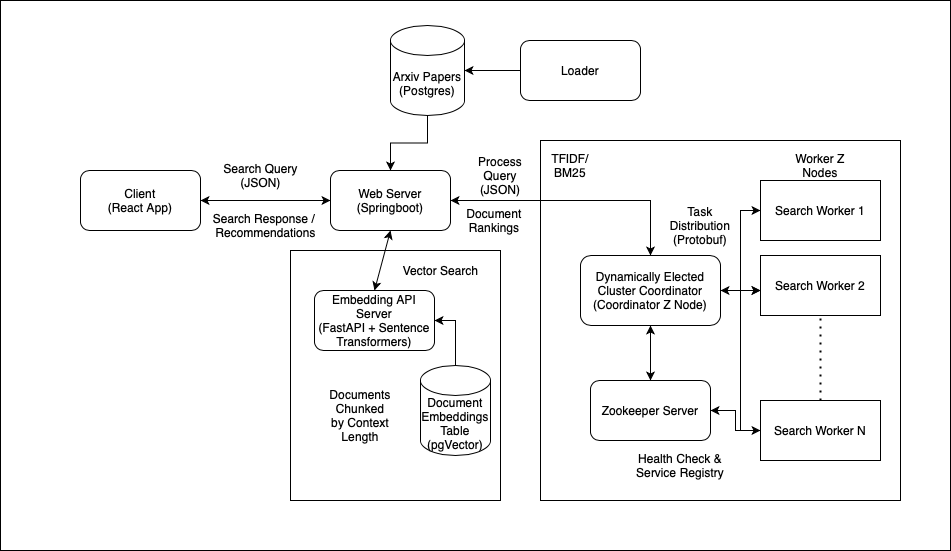
The draw.io diagram docs/architecture.png in k-pratyush/arxiv-sanity-xl, before a commit. Source tidied: cells renumbered, new cells last; positions are measured from the earlier drawing's top-left corner, leaving out a move shared by most shapes. Its diagram source:
```xml
<mxGraphModel>
  <root>
    <mxCell id="0" />
    <mxCell id="1" parent="0" />
    <mxCell id="2" style="rounded=0;whiteSpace=wrap;html=1;" parent="1" vertex="1">
      <mxGeometry width="950" height="550" as="geometry" />
    </mxCell>
    <mxCell id="3" style="rounded=0;whiteSpace=wrap;html=1;" parent="1" vertex="1">
      <mxGeometry x="290" y="250" width="210" height="250" as="geometry" />
    </mxCell>
    <mxCell id="4" style="whiteSpace=wrap;html=1;" parent="1" vertex="1">
      <mxGeometry x="540" y="140" width="360" height="360" as="geometry" />
    </mxCell>
    <mxCell id="5" value="Client&lt;div&gt;(React App)&lt;/div&gt;" style="rounded=1;whiteSpace=wrap;html=1;" parent="1" vertex="1">
      <mxGeometry x="80" y="170" width="120" height="60" as="geometry" />
    </mxCell>
    <mxCell id="6" style="edgeStyle=orthogonalEdgeStyle;rounded=0;jettySize=auto;html=1;" parent="1" edge="1" source="7" target="11">
      <mxGeometry relative="1" as="geometry" />
    </mxCell>
    <mxCell id="7" value="Web Server (Springboot)" style="rounded=1;whiteSpace=wrap;html=1;" parent="1" vertex="1">
      <mxGeometry x="330" y="170" width="120" height="60" as="geometry" />
    </mxCell>
    <mxCell id="8" style="edgeStyle=orthogonalEdgeStyle;rounded=0;jettySize=auto;html=1;entryX=0;entryY=0.5;entryDx=0;entryDy=0;" parent="1" edge="1" source="11" target="16">
      <mxGeometry relative="1" as="geometry" />
    </mxCell>
    <mxCell id="9" style="edgeStyle=orthogonalEdgeStyle;rounded=0;jettySize=auto;html=1;" parent="1" edge="1" source="11" target="15">
      <mxGeometry relative="1" as="geometry">
        <Array as="points">
          <mxPoint x="720" y="290" />
          <mxPoint x="720" y="290" />
        </Array>
      </mxGeometry>
    </mxCell>
    <mxCell id="10" style="edgeStyle=orthogonalEdgeStyle;rounded=0;jettySize=auto;html=1;entryX=0;entryY=0.5;entryDx=0;entryDy=0;" parent="1" edge="1" source="11" target="14">
      <mxGeometry relative="1" as="geometry" />
    </mxCell>
    <mxCell id="11" value="Dynamically Elected Cluster Coordinator&lt;div&gt;(Coordinator Z Node)&lt;/div&gt;" style="rounded=1;whiteSpace=wrap;html=1;" parent="1" vertex="1">
      <mxGeometry x="580" y="255" width="140" height="70" as="geometry" />
    </mxCell>
    <mxCell id="12" value="Search Query&lt;div&gt;(JSON)&lt;/div&gt;" style="text;html=1;align=center;verticalAlign=middle;strokeColor=none;fillColor=none;" parent="1" vertex="1">
      <mxGeometry x="210" y="155" width="100" height="40" as="geometry" />
    </mxCell>
    <mxCell id="13" style="edgeStyle=orthogonalEdgeStyle;rounded=0;jettySize=auto;html=1;" parent="1" edge="1" source="14" target="23">
      <mxGeometry relative="1" as="geometry" />
    </mxCell>
    <mxCell id="14" value="Search Worker N" style="rounded=0;whiteSpace=wrap;html=1;" parent="1" vertex="1">
      <mxGeometry x="760" y="400" width="120" height="60" as="geometry" />
    </mxCell>
    <mxCell id="15" value="Search Worker 2" style="rounded=0;whiteSpace=wrap;html=1;" parent="1" vertex="1">
      <mxGeometry x="760" y="255" width="120" height="60" as="geometry" />
    </mxCell>
    <mxCell id="16" value="Search Worker 1" style="rounded=0;whiteSpace=wrap;html=1;" parent="1" vertex="1">
      <mxGeometry x="760" y="180" width="120" height="60" as="geometry" />
    </mxCell>
    <mxCell id="17" style="endArrow=none;dashed=1;html=1;dashPattern=1 3;strokeWidth=2;rounded=0;exitX=0.5;exitY=0;exitDx=0;exitDy=0;entryX=0.5;entryY=1;entryDx=0;entryDy=0;" parent="1" edge="1" source="14" target="15">
      <mxGeometry relative="1" as="geometry" />
    </mxCell>
    <mxCell id="18" value="Task Distribution&lt;div&gt;(Protobuf)&lt;/div&gt;" style="text;html=1;align=center;verticalAlign=middle;whiteSpace=wrap;rounded=0;" parent="1" vertex="1">
      <mxGeometry x="670" y="210" width="60" height="30" as="geometry" />
    </mxCell>
    <mxCell id="19" value="Embedding API Server&lt;div&gt;(FastAPI + Sentence Transformers)&lt;/div&gt;" style="rounded=1;whiteSpace=wrap;html=1;" parent="1" vertex="1">
      <mxGeometry x="314" y="290" width="120" height="60" as="geometry" />
    </mxCell>
    <mxCell id="20" value="Vector Search" style="text;html=1;align=center;verticalAlign=middle;strokeColor=none;fillColor=none;" parent="1" vertex="1">
      <mxGeometry x="390" y="255" width="100" height="30" as="geometry" />
    </mxCell>
    <mxCell id="21" style="edgeStyle=orthogonalEdgeStyle;rounded=0;jettySize=auto;html=1;entryX=1;entryY=0.5;entryDx=0;entryDy=0;" parent="1" edge="1" source="22" target="19">
      <mxGeometry relative="1" as="geometry" />
    </mxCell>
    <mxCell id="22" value="&lt;div&gt;Document Embeddings Table&lt;br&gt;&lt;/div&gt;(pgVector)" style="shape=cylinder3;whiteSpace=wrap;html=1;boundedLbl=1;backgroundOutline=1;size=15;" parent="1" vertex="1">
      <mxGeometry x="420" y="365" width="70" height="90" as="geometry" />
    </mxCell>
    <mxCell id="23" value="Zookeeper Server" style="rounded=1;whiteSpace=wrap;html=1;" parent="1" vertex="1">
      <mxGeometry x="590" y="380" width="120" height="60" as="geometry" />
    </mxCell>
    <mxCell id="24" value="Health Check &amp;amp; Service Registry" style="text;html=1;align=center;verticalAlign=middle;whiteSpace=wrap;rounded=0;" parent="1" vertex="1">
      <mxGeometry x="630" y="450" width="100" height="30" as="geometry" />
    </mxCell>
    <mxCell id="25" value="Worker Z Nodes" style="text;html=1;align=center;verticalAlign=middle;whiteSpace=wrap;rounded=0;" parent="1" vertex="1">
      <mxGeometry x="790" y="150" width="60" height="30" as="geometry" />
    </mxCell>
    <mxCell id="26" style="edgeStyle=orthogonalEdgeStyle;rounded=0;jettySize=auto;html=1;entryX=0.5;entryY=0;entryDx=0;entryDy=0;" parent="1" edge="1" source="27" target="7">
      <mxGeometry relative="1" as="geometry" />
    </mxCell>
    <mxCell id="27" value="&lt;div&gt;Arxiv Papers&lt;br&gt;&lt;/div&gt;&lt;div&gt;(Postgres)&lt;/div&gt;" style="shape=cylinder3;whiteSpace=wrap;html=1;boundedLbl=1;backgroundOutline=1;size=15;" parent="1" vertex="1">
      <mxGeometry x="390" y="25" width="74" height="90" as="geometry" />
    </mxCell>
    <mxCell id="28" style="endArrow=classic;startArrow=classic;html=1;rounded=0;exitX=1;exitY=0.5;exitDx=0;exitDy=0;" parent="1" edge="1" source="11">
      <mxGeometry relative="1" as="geometry">
        <mxPoint x="760" y="290" as="targetPoint" />
      </mxGeometry>
    </mxCell>
    <mxCell id="29" style="endArrow=classic;startArrow=classic;html=1;rounded=0;exitX=0.5;exitY=0;exitDx=0;exitDy=0;entryX=0.5;entryY=1;entryDx=0;entryDy=0;" parent="1" edge="1" source="19" target="7">
      <mxGeometry relative="1" as="geometry" />
    </mxCell>
    <mxCell id="30" value="TFIDF/ BM25" style="text;html=1;align=center;verticalAlign=middle;whiteSpace=wrap;rounded=0;" parent="1" vertex="1">
      <mxGeometry x="540" y="150" width="60" height="30" as="geometry" />
    </mxCell>
    <mxCell id="31" style="endArrow=classic;startArrow=classic;html=1;rounded=0;exitX=0.5;exitY=0;exitDx=0;exitDy=0;entryX=0.5;entryY=1;entryDx=0;entryDy=0;" parent="1" edge="1" source="23" target="11">
      <mxGeometry relative="1" as="geometry" />
    </mxCell>
    <mxCell id="32" style="endArrow=classic;startArrow=classic;html=1;rounded=0;exitX=1;exitY=0.5;exitDx=0;exitDy=0;entryX=0;entryY=0.5;entryDx=0;entryDy=0;" parent="1" edge="1" source="5" target="7">
      <mxGeometry relative="1" as="geometry" />
    </mxCell>
    <mxCell id="33" value="Search Response /&amp;nbsp;&lt;div&gt;Recommendations&lt;/div&gt;" style="text;html=1;align=center;verticalAlign=middle;strokeColor=none;fillColor=none;" parent="1" vertex="1">
      <mxGeometry x="200" y="205" width="130" height="40" as="geometry" />
    </mxCell>
    <mxCell id="34" value="Loader" style="rounded=1;whiteSpace=wrap;html=1;" parent="1" vertex="1">
      <mxGeometry x="520" y="40" width="120" height="60" as="geometry" />
    </mxCell>
    <mxCell id="35" style="edgeStyle=orthogonalEdgeStyle;rounded=0;jettySize=auto;html=1;entryX=1;entryY=0.5;entryDx=0;entryDy=0;entryPerimeter=0;" parent="1" edge="1" source="34" target="27">
      <mxGeometry relative="1" as="geometry" />
    </mxCell>
    <mxCell id="36" style="endArrow=classic;html=1;rounded=0;" parent="1" edge="1">
      <mxGeometry relative="1" as="geometry">
        <mxPoint x="520" y="200" as="sourcePoint" />
        <mxPoint x="450" y="200" as="targetPoint" />
      </mxGeometry>
    </mxCell>
    <mxCell id="37" value="Documents Chunked by Context Length" style="text;html=1;align=center;verticalAlign=middle;whiteSpace=wrap;rounded=0;" parent="1" vertex="1">
      <mxGeometry x="330" y="400" width="60" height="30" as="geometry" />
    </mxCell>
    <mxCell id="38" value="Process Query&lt;div&gt;(JSON)&lt;/div&gt;" style="text;html=1;align=center;verticalAlign=middle;whiteSpace=wrap;rounded=0;" parent="1" vertex="1">
      <mxGeometry x="470" y="160" width="60" height="30" as="geometry" />
    </mxCell>
    <mxCell id="39" value="Document Rankings" style="text;html=1;align=center;verticalAlign=middle;whiteSpace=wrap;rounded=0;" parent="1" vertex="1">
      <mxGeometry x="464" y="205" width="60" height="30" as="geometry" />
    </mxCell>
  </root>
</mxGraphModel>
```
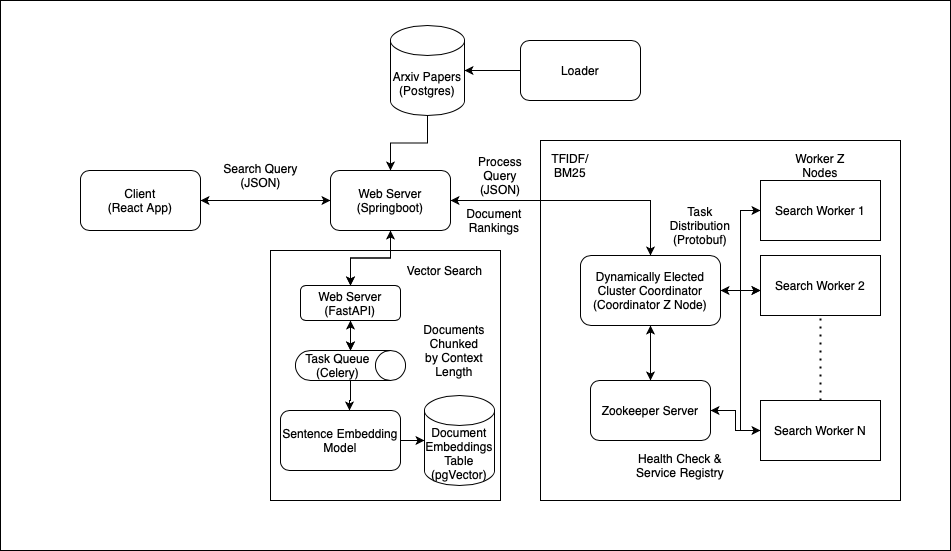
Above is the later version.

The edit, as a diff of the source:
```diff
@@ -6,7 +6,7 @@
       <mxGeometry width="950" height="550" as="geometry" />
     </mxCell>
     <mxCell id="3" style="rounded=0;whiteSpace=wrap;html=1;" parent="1" vertex="1">
-      <mxGeometry x="290" y="250" width="210" height="250" as="geometry" />
+      <mxGeometry x="270" y="250" width="230" height="250" as="geometry" />
     </mxCell>
     <mxCell id="4" style="whiteSpace=wrap;html=1;" parent="1" vertex="1">
       <mxGeometry x="540" y="140" width="360" height="360" as="geometry" />
@@ -17,6 +17,12 @@
     <mxCell id="6" style="edgeStyle=orthogonalEdgeStyle;rounded=0;jettySize=auto;html=1;" parent="1" edge="1" source="7" target="11">
       <mxGeometry relative="1" as="geometry" />
     </mxCell>
+    <mxCell id="40" style="edgeStyle=orthogonalEdgeStyle;rounded=0;jettySize=auto;html=1;entryX=0.5;entryY=0;entryDx=0;entryDy=0;" parent="1" edge="1" source="7" target="42">
+      <mxGeometry relative="1" as="geometry" />
+    </mxCell>
+    <mxCell id="41" style="edgeStyle=orthogonalEdgeStyle;rounded=0;jettySize=auto;html=1;" parent="1" edge="1" source="7" target="42">
+      <mxGeometry relative="1" as="geometry" />
+    </mxCell>
     <mxCell id="7" value="Web Server (Springboot)" style="rounded=1;whiteSpace=wrap;html=1;" parent="1" vertex="1">
       <mxGeometry x="330" y="170" width="120" height="60" as="geometry" />
     </mxCell>
@@ -58,17 +64,14 @@
     <mxCell id="18" value="Task Distribution&lt;div&gt;(Protobuf)&lt;/div&gt;" style="text;html=1;align=center;verticalAlign=middle;whiteSpace=wrap;rounded=0;" parent="1" vertex="1">
       <mxGeometry x="670" y="210" width="60" height="30" as="geometry" />
     </mxCell>
-    <mxCell id="19" value="Embedding API Server&lt;div&gt;(FastAPI + Sentence Transformers)&lt;/div&gt;" style="rounded=1;whiteSpace=wrap;html=1;" parent="1" vertex="1">
-      <mxGeometry x="314" y="290" width="120" height="60" as="geometry" />
+    <mxCell id="19" value="Sentence Embedding Model" style="rounded=1;whiteSpace=wrap;html=1;" parent="1" vertex="1">
+      <mxGeometry x="280" y="410" width="120" height="60" as="geometry" />
     </mxCell>
     <mxCell id="20" value="Vector Search" style="text;html=1;align=center;verticalAlign=middle;strokeColor=none;fillColor=none;" parent="1" vertex="1">
-      <mxGeometry x="390" y="255" width="100" height="30" as="geometry" />
+      <mxGeometry x="394" y="255" width="100" height="30" as="geometry" />
     </mxCell>
-    <mxCell id="21" style="edgeStyle=orthogonalEdgeStyle;rounded=0;jettySize=auto;html=1;entryX=1;entryY=0.5;entryDx=0;entryDy=0;" parent="1" edge="1" source="22" target="19">
-      <mxGeometry relative="1" as="geometry" />
-    </mxCell>
     <mxCell id="22" value="&lt;div&gt;Document Embeddings Table&lt;br&gt;&lt;/div&gt;(pgVector)" style="shape=cylinder3;whiteSpace=wrap;html=1;boundedLbl=1;backgroundOutline=1;size=15;" parent="1" vertex="1">
-      <mxGeometry x="420" y="365" width="70" height="90" as="geometry" />
+      <mxGeometry x="424" y="395" width="70" height="90" as="geometry" />
     </mxCell>
     <mxCell id="23" value="Zookeeper Server" style="rounded=1;whiteSpace=wrap;html=1;" parent="1" vertex="1">
       <mxGeometry x="590" y="380" width="120" height="60" as="geometry" />
@@ -90,9 +93,6 @@
         <mxPoint x="760" y="290" as="targetPoint" />
       </mxGeometry>
     </mxCell>
-    <mxCell id="29" style="endArrow=classic;startArrow=classic;html=1;rounded=0;exitX=0.5;exitY=0;exitDx=0;exitDy=0;entryX=0.5;entryY=1;entryDx=0;entryDy=0;" parent="1" edge="1" source="19" target="7">
-      <mxGeometry relative="1" as="geometry" />
-    </mxCell>
     <mxCell id="30" value="TFIDF/ BM25" style="text;html=1;align=center;verticalAlign=middle;whiteSpace=wrap;rounded=0;" parent="1" vertex="1">
       <mxGeometry x="540" y="150" width="60" height="30" as="geometry" />
     </mxCell>
@@ -102,9 +102,6 @@
     <mxCell id="32" style="endArrow=classic;startArrow=classic;html=1;rounded=0;exitX=1;exitY=0.5;exitDx=0;exitDy=0;entryX=0;entryY=0.5;entryDx=0;entryDy=0;" parent="1" edge="1" source="5" target="7">
       <mxGeometry relative="1" as="geometry" />
     </mxCell>
-    <mxCell id="33" value="Search Response /&amp;nbsp;&lt;div&gt;Recommendations&lt;/div&gt;" style="text;html=1;align=center;verticalAlign=middle;strokeColor=none;fillColor=none;" parent="1" vertex="1">
-      <mxGeometry x="200" y="205" width="130" height="40" as="geometry" />
-    </mxCell>
     <mxCell id="34" value="Loader" style="rounded=1;whiteSpace=wrap;html=1;" parent="1" vertex="1">
       <mxGeometry x="520" y="40" width="120" height="60" as="geometry" />
     </mxCell>
@@ -118,7 +115,7 @@
       </mxGeometry>
     </mxCell>
     <mxCell id="37" value="Documents Chunked by Context Length" style="text;html=1;align=center;verticalAlign=middle;whiteSpace=wrap;rounded=0;" parent="1" vertex="1">
-      <mxGeometry x="330" y="400" width="60" height="30" as="geometry" />
+      <mxGeometry x="424" y="335" width="60" height="30" as="geometry" />
     </mxCell>
     <mxCell id="38" value="Process Query&lt;div&gt;(JSON)&lt;/div&gt;" style="text;html=1;align=center;verticalAlign=middle;whiteSpace=wrap;rounded=0;" parent="1" vertex="1">
       <mxGeometry x="470" y="160" width="60" height="30" as="geometry" />
@@ -126,5 +123,31 @@
     <mxCell id="39" value="Document Rankings" style="text;html=1;align=center;verticalAlign=middle;whiteSpace=wrap;rounded=0;" parent="1" vertex="1">
       <mxGeometry x="464" y="205" width="60" height="30" as="geometry" />
     </mxCell>
+    <mxCell id="42" value="Web Server&lt;div&gt;(FastAPI)&lt;/div&gt;" style="rounded=1;whiteSpace=wrap;html=1;" parent="1" vertex="1">
+      <mxGeometry x="300" y="285" width="100" height="35" as="geometry" />
+    </mxCell>
+    <mxCell id="43" value="Task Queue&lt;div&gt;(Celery)&lt;/div&gt;" style="shape=cylinder3;whiteSpace=wrap;html=1;boundedLbl=1;backgroundOutline=1;size=15;direction=south;" parent="1" vertex="1">
+      <mxGeometry x="295" y="350" width="110" height="30" as="geometry" />
+    </mxCell>
+    <mxCell id="44" style="edgeStyle=orthogonalEdgeStyle;rounded=0;jettySize=auto;html=1;entryX=0;entryY=0.5;entryDx=0;entryDy=0;entryPerimeter=0;" parent="1" edge="1" source="42" target="43">
+      <mxGeometry relative="1" as="geometry" />
+    </mxCell>
+    <mxCell id="45" style="edgeStyle=orthogonalEdgeStyle;rounded=0;jettySize=auto;html=1;entryX=0.575;entryY=0;entryDx=0;entryDy=0;entryPerimeter=0;" parent="1" edge="1" source="43" target="19">
+      <mxGeometry relative="1" as="geometry" />
+    </mxCell>
+    <mxCell id="46" style="edgeStyle=orthogonalEdgeStyle;rounded=0;jettySize=auto;html=1;entryX=0;entryY=0.5;entryDx=0;entryDy=0;entryPerimeter=0;" parent="1" edge="1" source="19" target="22">
+      <mxGeometry relative="1" as="geometry" />
+    </mxCell>
+    <mxCell id="47" style="endArrow=classic;startArrow=classic;html=1;rounded=0;exitX=0;exitY=0.5;exitDx=0;exitDy=0;exitPerimeter=0;" parent="1" edge="1" source="43">
+      <mxGeometry relative="1" as="geometry">
+        <mxPoint x="350" y="320" as="targetPoint" />
+      </mxGeometry>
+    </mxCell>
+    <mxCell id="48" style="endArrow=classic;html=1;rounded=0;" parent="1" edge="1">
+      <mxGeometry relative="1" as="geometry">
+        <mxPoint x="390" y="250" as="sourcePoint" />
+        <mxPoint x="390" y="230" as="targetPoint" />
+      </mxGeometry>
+    </mxCell>
   </root>
 </mxGraphModel>
```
